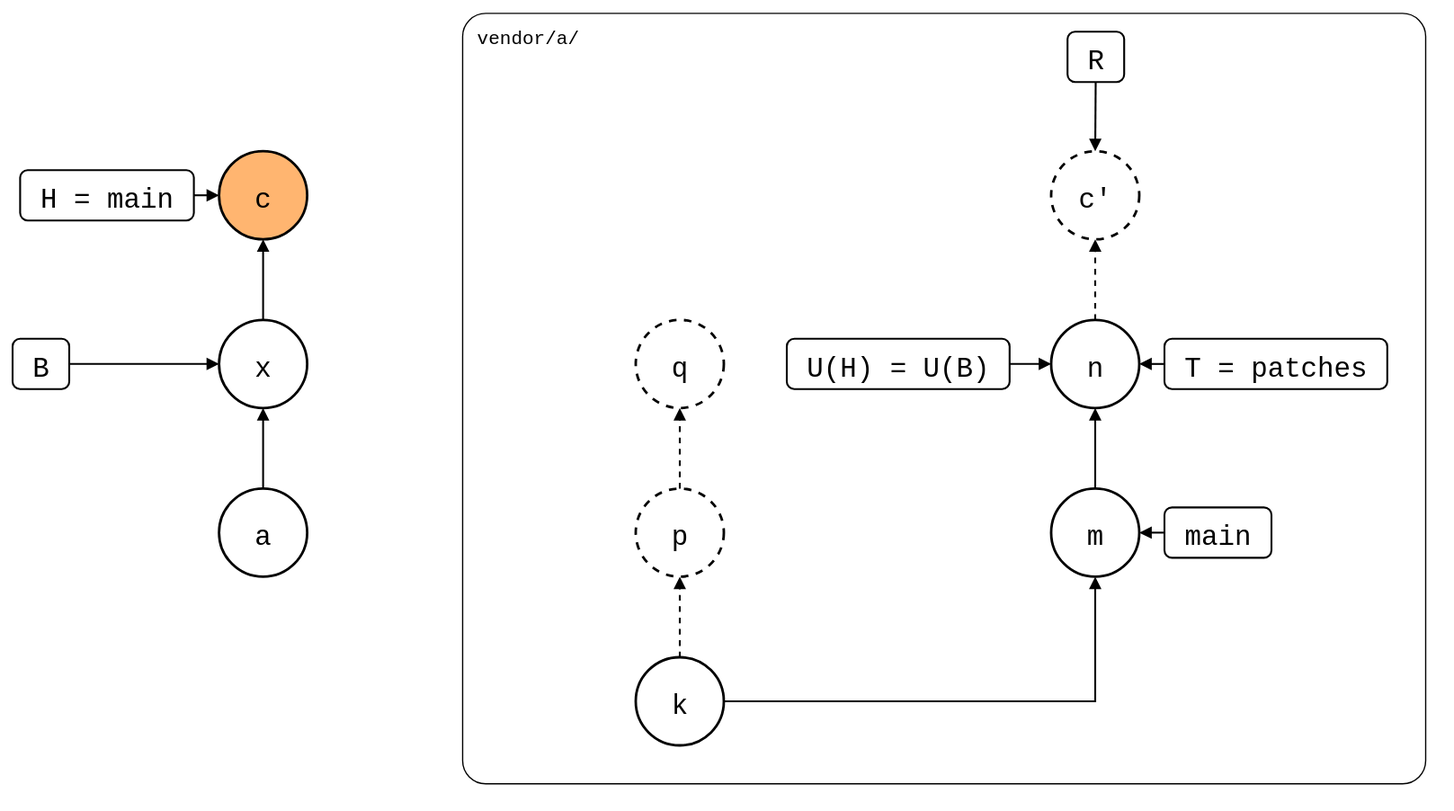
This is test/scenarios/06-rewritten-history/04-patch-branch-rebased/01-unpushed-local-commit/rebased-onto-pull.drawio.svg from roschaefer/git-splice, a draw.io export, as it was before one commit. Source tidied: cells renumbered, new cells last; positions are measured from the earlier drawing's top-left corner, leaving out a move shared by most shapes.
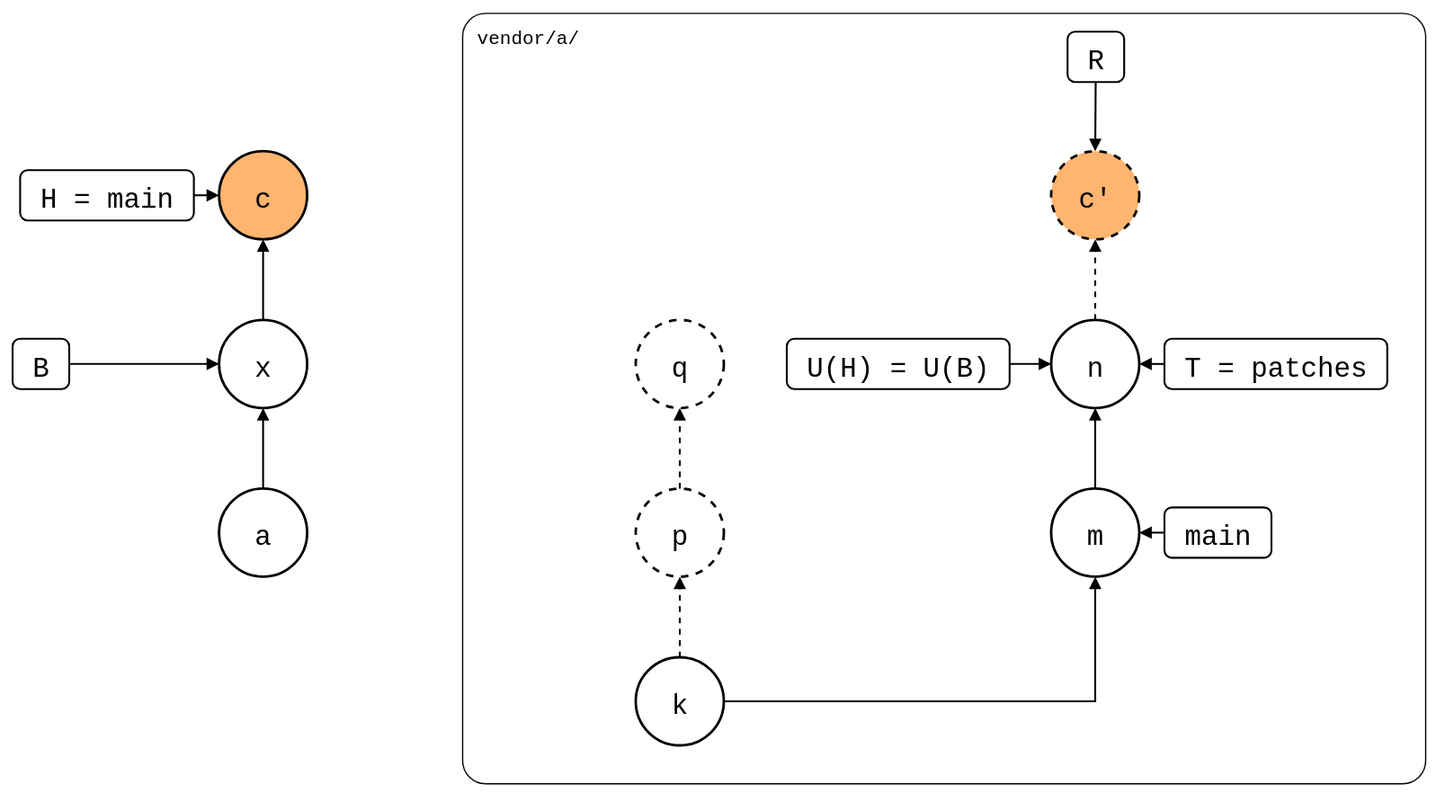
After the commit.

Diff of the diagram source:
```diff
@@ -20,7 +20,7 @@
     <mxCell id="7" value="n" style="ellipse;strokeWidth=2;fontSize=22;fontFamily=Roboto Mono,monospace;" parent="1" vertex="1">
       <mxGeometry x="825" y="244" width="70" height="70" as="geometry" />
     </mxCell>
-    <mxCell id="8" value="c'" style="ellipse;strokeWidth=2;fontSize=22;fontFamily=Roboto Mono,monospace;dashed=1;" parent="1" vertex="1">
+    <mxCell id="8" value="c'" style="ellipse;strokeWidth=2;fontSize=22;fontFamily=Roboto Mono,monospace;dashed=1;fillColor=#FFB570;" parent="1" vertex="1">
       <mxGeometry x="825" y="110" width="70" height="70" as="geometry" />
     </mxCell>
     <mxCell id="9" value="a" style="ellipse;strokeWidth=2;fontSize=22;fontFamily=Roboto Mono,monospace;" parent="1" vertex="1">
```
